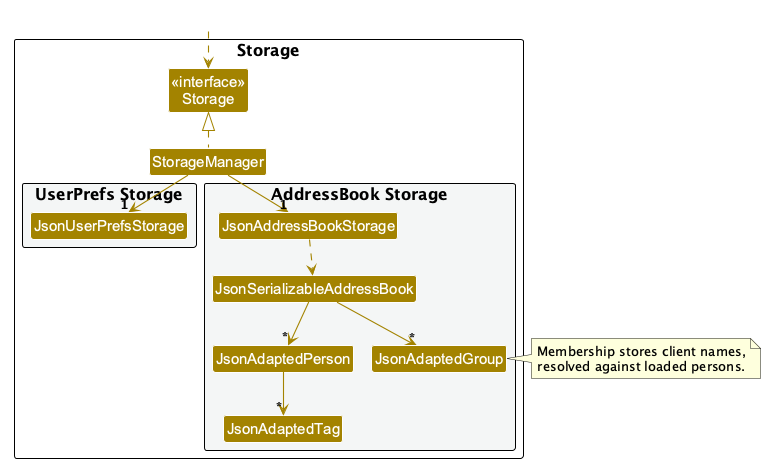
Before: docs/images/StorageClassDiagram.png, a diagram exported from PlantUML (AY2627S1-CS2103T-W09-1/tp).
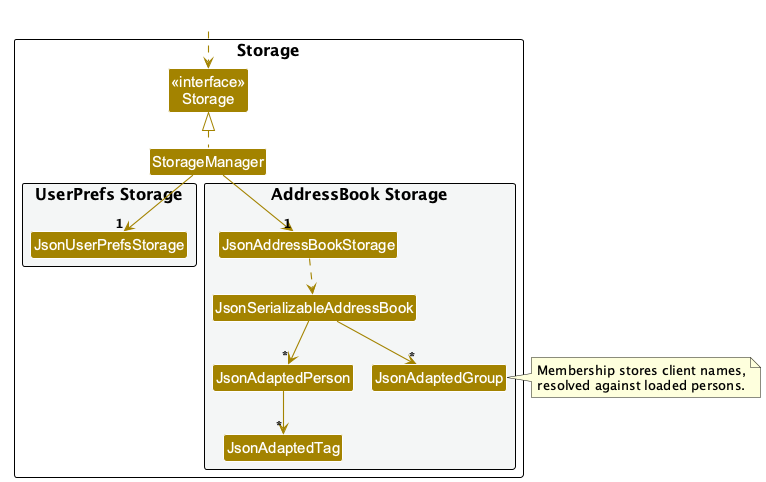
Later version of the same file.

Change to the diagram source:
```diff
@@ -10,11 +10,11 @@
 Class "<<interface>>\nStorage" as Storage
 Class StorageManager
 
-package "UserPrefs Storage" #F4F6F6{
+package "UserPrefs Storage\n" #F4F6F6{
 Class JsonUserPrefsStorage
 }
 
-package "AddressBook Storage" #F4F6F6{
+package "AddressBook Storage\n" #F4F6F6{
 Class JsonAddressBookStorage
 Class JsonSerializableAddressBook
 Class JsonAdaptedPerson
```
